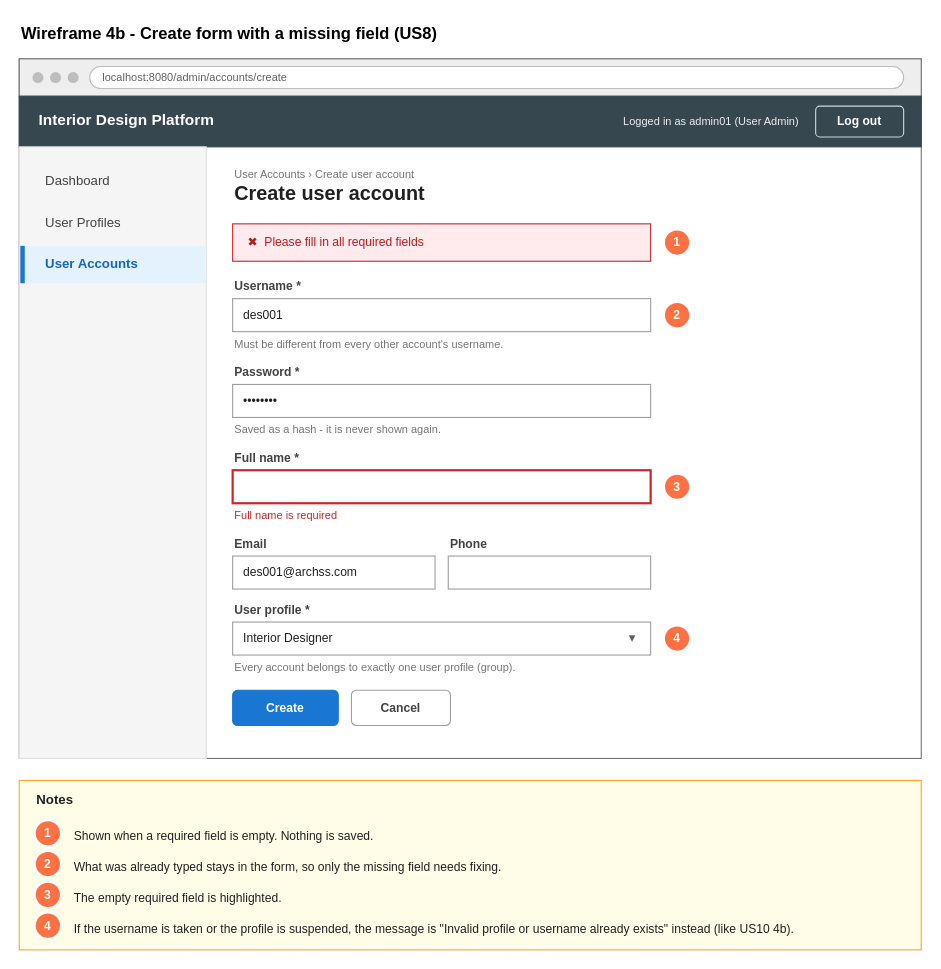
Earlier version of the draw.io diagram page "4b Wireframe - Create form errors" (3 of 6) of Sprint_1/US8 - Create User Account/US8 Create user account.drawio (Hanzxc/CSIT314-ARCHSS). Source tidied: cells renumbered, new cells numbered last; positions are measured from the earlier drawing's top-left corner, leaving out a move shared by most shapes. Both pictures are drawn from the tidied source at 110%, with x=0, y=0 at pixel (19, 19).
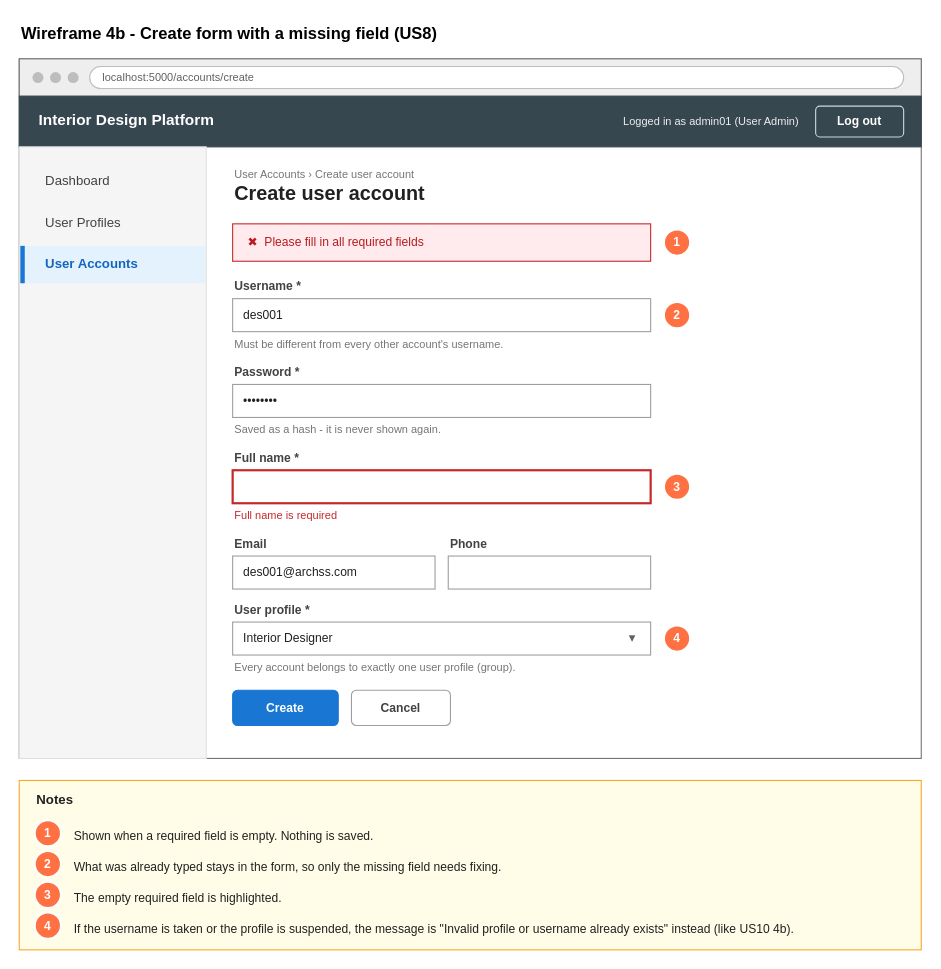
The same diagram, later.

Diff of the diagram source:
```diff
@@
-    <mxCell id="8" value="localhost:8080/admin/accounts/create" style="rounded=1;whiteSpace=wrap;html=1;fillColor=#FFFFFF;strokeColor=#BDBDBD;fontSize=10;fontColor=#616161;align=left;spacingLeft=10;arcSize=50;" parent="1" vertex="1">
+    <mxCell id="8" value="localhost:5000/accounts/create" style="rounded=1;whiteSpace=wrap;html=1;fillColor=#FFFFFF;strokeColor=#BDBDBD;fontSize=10;fontColor=#616161;align=left;spacingLeft=10;arcSize=50;" parent="1" vertex="1">
       <mxGeometry x="64" y="43" width="740" height="20" as="geometry" />
     </mxCell>
```
